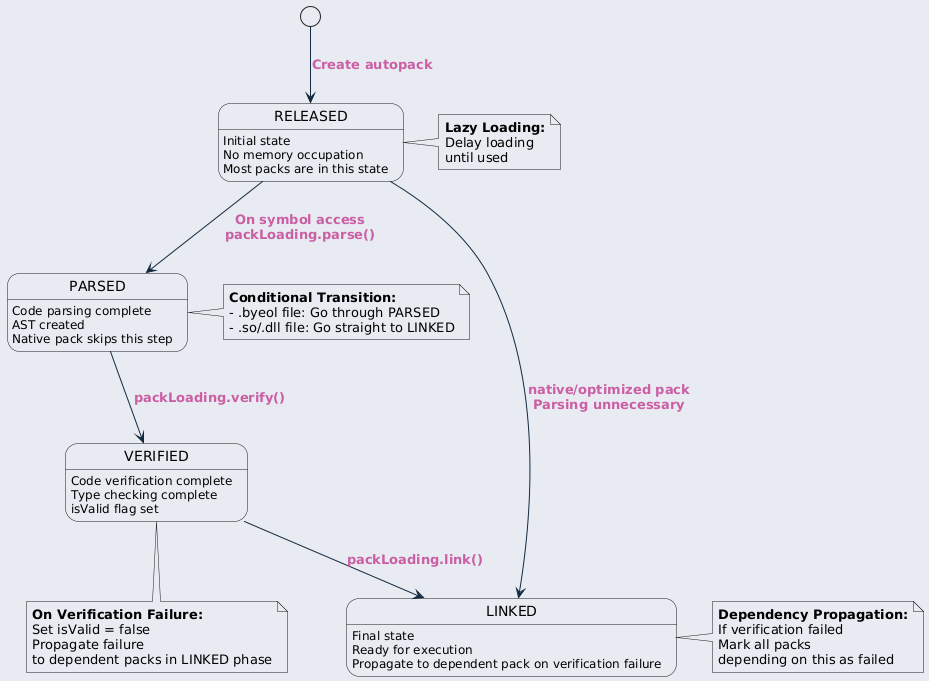
The PlantUML diagram ref/generated/ko/inline_umlgraph_31.png in byeolang/website, before a commit.
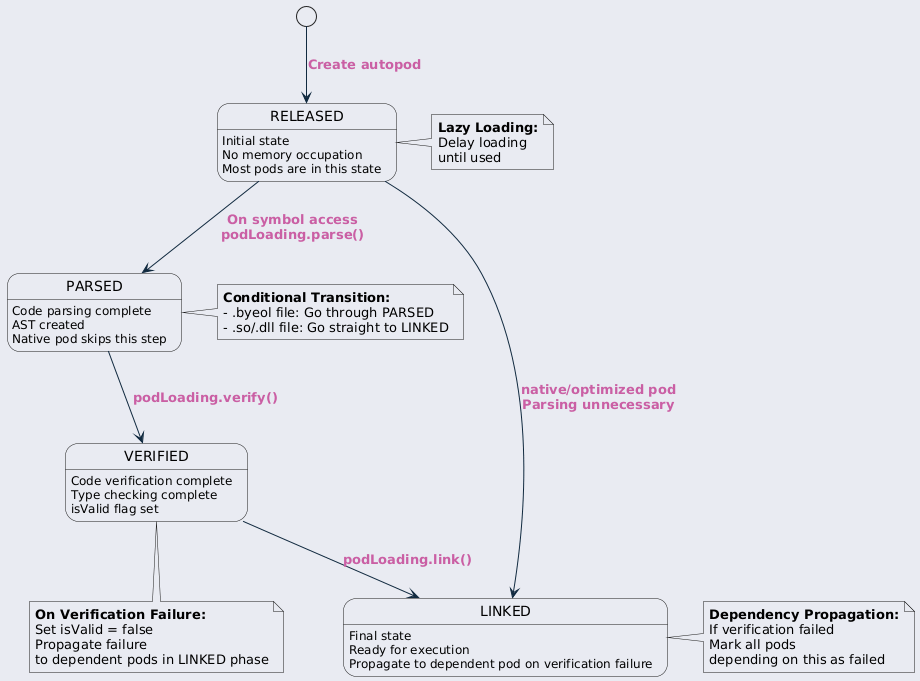
After the change.

What changed in the source:
```diff
@@ -23,18 +23,18 @@
     }
 }
 </style>
-[*] --> RELEASED : Create autopack
+[*] --> RELEASED : Create autopod
 
 state RELEASED {
     RELEASED : Initial state
     RELEASED : No memory occupation
-    RELEASED : Most packs are in this state
+    RELEASED : Most pods are in this state
 }
 
 state PARSED {
     PARSED : Code parsing complete
     PARSED : AST created
-    PARSED : Native pack skips this step
+    PARSED : Native pod skips this step
 }
 
 state VERIFIED {
@@ -46,15 +46,15 @@
 state LINKED {
     LINKED : Final state
     LINKED : Ready for execution
-    LINKED : Propagate to dependent pack on verification failure
+    LINKED : Propagate to dependent pod on verification failure
 }
 
-RELEASED --> PARSED : On symbol access\npackLoading.parse()
-RELEASED --> LINKED : native/optimized pack\nParsing unnecessary
+RELEASED --> PARSED : On symbol access\npodLoading.parse()
+RELEASED --> LINKED : native/optimized pod\nParsing unnecessary
 
-PARSED --> VERIFIED : packLoading.verify()
+PARSED --> VERIFIED : podLoading.verify()
 
-VERIFIED --> LINKED : packLoading.link()
+VERIFIED --> LINKED : podLoading.link()
 
 note right of RELEASED
   <b>Lazy Loading:</b>
@@ -72,13 +72,13 @@
   <b>On Verification Failure:</b>
   Set isValid = false
   Propagate failure
-  to dependent packs in LINKED phase
+  to dependent pods in LINKED phase
 end note
 
 note right of LINKED
   <b>Dependency Propagation:</b>
   If verification failed
-  Mark all packs
+  Mark all pods
   depending on this as failed
 end note
 @enduml
```
